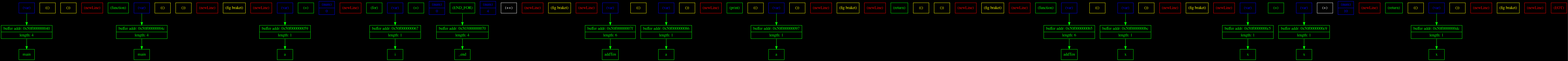
Before: png_files/tokensDotFile.dot.png, a diagram exported from Graphviz (Matvey787/myProgLanguage). Its source is kept beside it as dot_files/tokensDotFile.dot.
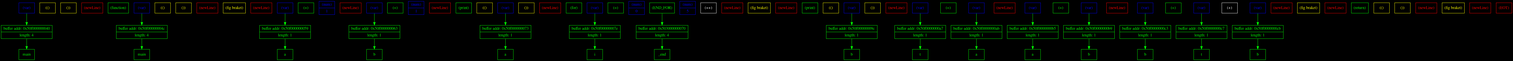
Later version of the same file.

What changed in the source:
```diff
@@ -18,115 +18,120 @@
 	token_10 [ shape=record, color = red, fontcolor = red, label = "{ (newLine) }" ];
 	token_11 [ shape=record, color = blue, fontcolor = blue, label = "{ (var) }" ];
 	token_12 [ shape=record, color = green, fontcolor = green, label = "{ (=) }" ];
-	token_13 [ shape=record, color = blue, fontcolor = blue, label = "{ (num) | 0 }" ];
+	token_13 [ shape=record, color = blue, fontcolor = blue, label = "{ (num) | 1 }" ];
 	token_14 [ shape=record, color = red, fontcolor = red, label = "{ (newLine) }" ];
-	token_15 [ shape=record, color = green, fontcolor = green, label = "{ (for) }" ];
-	token_16 [ shape=record, color = blue, fontcolor = blue, label = "{ (var) }" ];
-	token_17 [ shape=record, color = green, fontcolor = green, label = "{ (=) }" ];
-	token_18 [ shape=record, color = blue, fontcolor = blue, label = "{ (num) | 0 }" ];
-	token_19 [ shape=record, color = green, fontcolor = green, label = "{ (END_FOR) }" ];
-	token_20 [ shape=record, color = blue, fontcolor = blue, label = "{ (num) | 4 }" ];
-	token_21 [ shape=record, color = white, fontcolor = white, label = "{ (++) }" ];
-	token_22 [ shape=record, color = red, fontcolor = red, label = "{ (newLine) }" ];
-	token_23 [ shape=record, color = yellow, fontcolor = yellow, label = "{ (fig braket) }" ];
-	token_24 [ shape=record, color = red, fontcolor = red, label = "{ (newLine) }" ];
+	token_15 [ shape=record, color = blue, fontcolor = blue, label = "{ (var) }" ];
+	token_16 [ shape=record, color = green, fontcolor = green, label = "{ (=) }" ];
+	token_17 [ shape=record, color = blue, fontcolor = blue, label = "{ (num) | 1 }" ];
+	token_18 [ shape=record, color = red, fontcolor = red, label = "{ (newLine) }" ];
+	token_19 [ shape=record, color = green, fontcolor = green, label = "{ (print) }" ];
+	token_20 [ shape=record, color = yellow, fontcolor = yellow, label = "{ (() }" ];
+	token_21 [ shape=record, color = blue, fontcolor = blue, label = "{ (var) }" ];
+	token_22 [ shape=record, color = yellow, fontcolor = yellow, label = "{ ()) }" ];
+	token_23 [ shape=record, color = red, fontcolor = red, label = "{ (newLine) }" ];
+	token_24 [ shape=record, color = green, fontcolor = green, label = "{ (for) }" ];
 	token_25 [ shape=record, color = blue, fontcolor = blue, label = "{ (var) }" ];
-	token_26 [ shape=record, color = yellow, fontcolor = yellow, label = "{ (() }" ];
-	token_27 [ shape=record, color = blue, fontcolor = blue, label = "{ (var) }" ];
-	token_28 [ shape=record, color = yellow, fontcolor = yellow, label = "{ ()) }" ];
-	token_29 [ shape=record, color = red, fontcolor = red, label = "{ (newLine) }" ];
-	token_30 [ shape=record, color = green, fontcolor = green, label = "{ (print) }" ];
-	token_31 [ shape=record, color = yellow, fontcolor = yellow, label = "{ (() }" ];
-	token_32 [ shape=record, color = blue, fontcolor = blue, label = "{ (var) }" ];
-	token_33 [ shape=record, color = yellow, fontcolor = yellow, label = "{ ()) }" ];
-	token_34 [ shape=record, color = red, fontcolor = red, label = "{ (newLine) }" ];
-	token_35 [ shape=record, color = yellow, fontcolor = yellow, label = "{ (fig braket) }" ];
-	token_36 [ shape=record, color = red, fontcolor = red, label = "{ (newLine) }" ];
-	token_37 [ shape=record, color = green, fontcolor = green, label = "{ (return) }" ];
-	token_38 [ shape=record, color = yellow, fontcolor = yellow, label = "{ (() }" ];
-	token_39 [ shape=record, color = yellow, fontcolor = yellow, label = "{ ()) }" ];
-	token_40 [ shape=record, color = red, fontcolor = red, label = "{ (newLine) }" ];
-	token_41 [ shape=record, color = yellow, fontcolor = yellow, label = "{ (fig braket) }" ];
+	token_26 [ shape=record, color = green, fontcolor = green, label = "{ (=) }" ];
+	token_27 [ shape=record, color = blue, fontcolor = blue, label = "{ (num) | 0 }" ];
+	token_28 [ shape=record, color = green, fontcolor = green, label = "{ (END_FOR) }" ];
+	token_29 [ shape=record, color = blue, fontcolor = blue, label = "{ (num) | 5 }" ];
+	token_30 [ shape=record, color = white, fontcolor = white, label = "{ (++) }" ];
+	token_31 [ shape=record, color = red, fontcolor = red, label = "{ (newLine) }" ];
+	token_32 [ shape=record, color = yellow, fontcolor = yellow, label = "{ (fig braket) }" ];
+	token_33 [ shape=record, color = red, fontcolor = red, label = "{ (newLine) }" ];
+	token_34 [ shape=record, color = green, fontcolor = green, label = "{ (print) }" ];
+	token_35 [ shape=record, color = yellow, fontcolor = yellow, label = "{ (() }" ];
+	token_36 [ shape=record, color = blue, fontcolor = blue, label = "{ (var) }" ];
+	token_37 [ shape=record, color = yellow, fontcolor = yellow, label = "{ ()) }" ];
+	token_38 [ shape=record, color = red, fontcolor = red, label = "{ (newLine) }" ];
+	token_39 [ shape=record, color = blue, fontcolor = blue, label = "{ (var) }" ];
+	token_40 [ shape=record, color = green, fontcolor = green, label = "{ (=) }" ];
+	token_41 [ shape=record, color = blue, fontcolor = blue, label = "{ (var) }" ];
 	token_42 [ shape=record, color = red, fontcolor = red, label = "{ (newLine) }" ];
-	token_43 [ shape=record, color = green, fontcolor = green, label = "{ (function) }" ];
-	token_44 [ shape=record, color = blue, fontcolor = blue, label = "{ (var) }" ];
-	token_45 [ shape=record, color = yellow, fontcolor = yellow, label = "{ (() }" ];
-	token_46 [ shape=record, color = blue, fontcolor = blue, label = "{ (var) }" ];
-	token_47 [ shape=record, color = yellow, fontcolor = yellow, label = "{ ()) }" ];
-	token_48 [ shape=record, color = red, fontcolor = red, label = "{ (newLine) }" ];
-	token_49 [ shape=record, color = yellow, fontcolor = yellow, label = "{ (fig braket) }" ];
-	token_50 [ shape=record, color = red, fontcolor = red, label = "{ (newLine) }" ];
+	token_43 [ shape=record, color = blue, fontcolor = blue, label = "{ (var) }" ];
+	token_44 [ shape=record, color = green, fontcolor = green, label = "{ (=) }" ];
+	token_45 [ shape=record, color = blue, fontcolor = blue, label = "{ (var) }" ];
+	token_46 [ shape=record, color = red, fontcolor = red, label = "{ (newLine) }" ];
+	token_47 [ shape=record, color = blue, fontcolor = blue, label = "{ (var) }" ];
+	token_48 [ shape=record, color = green, fontcolor = green, label = "{ (=) }" ];
+	token_49 [ shape=record, color = blue, fontcolor = blue, label = "{ (var) }" ];
+	token_50 [ shape=record, color = white, fontcolor = white, label = "{ (+) }" ];
 	token_51 [ shape=record, color = blue, fontcolor = blue, label = "{ (var) }" ];
-	token_52 [ shape=record, color = green, fontcolor = green, label = "{ (=) }" ];
-	token_53 [ shape=record, color = blue, fontcolor = blue, label = "{ (var) }" ];
-	token_54 [ shape=record, color = white, fontcolor = white, label = "{ (+) }" ];
-	token_55 [ shape=record, color = blue, fontcolor = blue, label = "{ (num) | 10 }" ];
-	token_56 [ shape=record, color = red, fontcolor = red, label = "{ (newLine) }" ];
-	token_57 [ shape=record, color = green, fontcolor = green, label = "{ (return) }" ];
-	token_58 [ shape=record, color = yellow, fontcolor = yellow, label = "{ (() }" ];
-	token_59 [ shape=record, color = blue, fontcolor = blue, label = "{ (var) }" ];
-	token_60 [ shape=record, color = yellow, fontcolor = yellow, label = "{ ()) }" ];
-	token_61 [ shape=record, color = red, fontcolor = red, label = "{ (newLine) }" ];
-	token_62 [ shape=record, color = yellow, fontcolor = yellow, label = "{ (fig braket) }" ];
-	token_63 [ shape=record, color = red, fontcolor = red, label = "{ (newLine) }" ];
-	token_64 [ shape=record, color = red, fontcolor = red, label = "{ (EOT) }" ];
+	token_52 [ shape=record, color = red, fontcolor = red, label = "{ (newLine) }" ];
+	token_53 [ shape=record, color = yellow, fontcolor = yellow, label = "{ (fig braket) }" ];
+	token_54 [ shape=record, color = red, fontcolor = red, label = "{ (newLine) }" ];
+	token_55 [ shape=record, color = green, fontcolor = green, label = "{ (return) }" ];
+	token_56 [ shape=record, color = yellow, fontcolor = yellow, label = "{ (() }" ];
+	token_57 [ shape=record, color = yellow, fontcolor = yellow, label = "{ ()) }" ];
+	token_58 [ shape=record, color = red, fontcolor = red, label = "{ (newLine) }" ];
+	token_59 [ shape=record, color = yellow, fontcolor = yellow, label = "{ (fig braket) }" ];
+	token_60 [ shape=record, color = red, fontcolor = red, label = "{ (newLine) }" ];
+	token_61 [ shape=record, color = red, fontcolor = red, label = "{ (EOT) }" ];
 }
 {
 	rank=same;
 	tableCell_0x50f000000040 [ shape=record, color = green, fontcolor = green, label = "         { buffer addr: 0x50f000000040 | length: 4 }" ];
 	tableCell_0x50f00000004c [ shape=record, color = green, fontcolor = green, label = "         { buffer addr: 0x50f00000004c | length: 4 }" ];
 	tableCell_0x50f000000059 [ shape=record, color = green, fontcolor = green, label = "         { buffer addr: 0x50f000000059 | length: 1 }" ];
-	tableCell_0x50f000000067 [ shape=record, color = green, fontcolor = green, label = "         { buffer addr: 0x50f000000067 | length: 1 }" ];
+	tableCell_0x50f000000063 [ shape=record, color = green, fontcolor = green, label = "         { buffer addr: 0x50f000000063 | length: 1 }" ];
+	tableCell_0x50f000000073 [ shape=record, color = green, fontcolor = green, label = "         { buffer addr: 0x50f000000073 | length: 1 }" ];
+	tableCell_0x50f00000007e [ shape=record, color = green, fontcolor = green, label = "         { buffer addr: 0x50f00000007e | length: 1 }" ];
 	tableCell_0x503000000070 [ shape=record, color = green, fontcolor = green, label = "         { buffer addr: 0x503000000070 | length: 4 }" ];
-	tableCell_0x50f00000007f [ shape=record, color = green, fontcolor = green, label = "         { buffer addr: 0x50f00000007f | length: 6 }" ];
-	tableCell_0x50f000000086 [ shape=record, color = green, fontcolor = green, label = "         { buffer addr: 0x50f000000086 | length: 1 }" ];
-	tableCell_0x50f000000097 [ shape=record, color = green, fontcolor = green, label = "         { buffer addr: 0x50f000000097 | length: 1 }" ];
-	tableCell_0x50f0000000b5 [ shape=record, color = green, fontcolor = green, label = "         { buffer addr: 0x50f0000000b5 | length: 6 }" ];
-	tableCell_0x50f0000000bc [ shape=record, color = green, fontcolor = green, label = "         { buffer addr: 0x50f0000000bc | length: 1 }" ];
-	tableCell_0x50f0000000c5 [ shape=record, color = green, fontcolor = green, label = "         { buffer addr: 0x50f0000000c5 | length: 1 }" ];
-	tableCell_0x50f0000000c9 [ shape=record, color = green, fontcolor = green, label = "         { buffer addr: 0x50f0000000c9 | length: 1 }" ];
-	tableCell_0x50f0000000dc [ shape=record, color = green, fontcolor = green, label = "         { buffer addr: 0x50f0000000dc | length: 1 }" ];
+	tableCell_0x50f00000009c [ shape=record, color = green, fontcolor = green, label = "         { buffer addr: 0x50f00000009c | length: 1 }" ];
+	tableCell_0x50f0000000a7 [ shape=record, color = green, fontcolor = green, label = "         { buffer addr: 0x50f0000000a7 | length: 1 }" ];
+	tableCell_0x50f0000000ab [ shape=record, color = green, fontcolor = green, label = "         { buffer addr: 0x50f0000000ab | length: 1 }" ];
+	tableCell_0x50f0000000b5 [ shape=record, color = green, fontcolor = green, label = "         { buffer addr: 0x50f0000000b5 | length: 1 }" ];
+	tableCell_0x50f0000000b9 [ shape=record, color = green, fontcolor = green, label = "         { buffer addr: 0x50f0000000b9 | length: 1 }" ];
+	tableCell_0x50f0000000c3 [ shape=record, color = green, fontcolor = green, label = "         { buffer addr: 0x50f0000000c3 | length: 1 }" ];
+	tableCell_0x50f0000000c7 [ shape=record, color = green, fontcolor = green, label = "         { buffer addr: 0x50f0000000c7 | length: 1 }" ];
+	tableCell_0x50f0000000cb [ shape=record, color = green, fontcolor = green, label = "         { buffer addr: 0x50f0000000cb | length: 1 }" ];
 }
 {
 	rank=same;
 	openTableCell_0x50f000000040 [ shape=record, color = green, fontcolor = green, label = "{ main }" ];
 	openTableCell_0x50f00000004c [ shape=record, color = green, fontcolor = green, label = "{ main }" ];
 	openTableCell_0x50f000000059 [ shape=record, color = green, fontcolor = green, label = "{ a }" ];
-	openTableCell_0x50f000000067 [ shape=record, color = green, fontcolor = green, label = "{ i }" ];
+	openTableCell_0x50f000000063 [ shape=record, color = green, fontcolor = green, label = "{ b }" ];
+	openTableCell_0x50f000000073 [ shape=record, color = green, fontcolor = green, label = "{ a }" ];
+	openTableCell_0x50f00000007e [ shape=record, color = green, fontcolor = green, label = "{ i }" ];
 	openTableCell_0x503000000070 [ shape=record, color = green, fontcolor = green, label = "{ _end }" ];
-	openTableCell_0x50f00000007f [ shape=record, color = green, fontcolor = green, label = "{ addTen }" ];
-	openTableCell_0x50f000000086 [ shape=record, color = green, fontcolor = green, label = "{ a }" ];
-	openTableCell_0x50f000000097 [ shape=record, color = green, fontcolor = green, label = "{ a }" ];
-	openTableCell_0x50f0000000b5 [ shape=record, color = green, fontcolor = green, label = "{ addTen }" ];
-	openTableCell_0x50f0000000bc [ shape=record, color = green, fontcolor = green, label = "{ x }" ];
-	openTableCell_0x50f0000000c5 [ shape=record, color = green, fontcolor = green, label = "{ x }" ];
-	openTableCell_0x50f0000000c9 [ shape=record, color = green, fontcolor = green, label = "{ x }" ];
-	openTableCell_0x50f0000000dc [ shape=record, color = green, fontcolor = green, label = "{ x }" ];
+	openTableCell_0x50f00000009c [ shape=record, color = green, fontcolor = green, label = "{ b }" ];
+	openTableCell_0x50f0000000a7 [ shape=record, color = green, fontcolor = green, label = "{ t }" ];
+	openTableCell_0x50f0000000ab [ shape=record, color = green, fontcolor = green, label = "{ a }" ];
+	openTableCell_0x50f0000000b5 [ shape=record, color = green, fontcolor = green, label = "{ a }" ];
+	openTableCell_0x50f0000000b9 [ shape=record, color = green, fontcolor = green, label = "{ b }" ];
+	openTableCell_0x50f0000000c3 [ shape=record, color = green, fontcolor = green, label = "{ b }" ];
+	openTableCell_0x50f0000000c7 [ shape=record, color = green, fontcolor = green, label = "{ t }" ];
+	openTableCell_0x50f0000000cb [ shape=record, color = green, fontcolor = green, label = "{ b }" ];
 }
 	token_0:s -> tableCell_0x50f000000040:n [ color = green; ]
 	token_5:s -> tableCell_0x50f00000004c:n [ color = green; ]
 	token_11:s -> tableCell_0x50f000000059:n [ color = green; ]
-	token_16:s -> tableCell_0x50f000000067:n [ color = green; ]
-	token_19:s -> tableCell_0x503000000070:n [ color = green; ]
-	token_25:s -> tableCell_0x50f00000007f:n [ color = green; ]
-	token_27:s -> tableCell_0x50f000000086:n [ color = green; ]
-	token_32:s -> tableCell_0x50f000000097:n [ color = green; ]
-	token_44:s -> tableCell_0x50f0000000b5:n [ color = green; ]
-	token_46:s -> tableCell_0x50f0000000bc:n [ color = green; ]
-	token_51:s -> tableCell_0x50f0000000c5:n [ color = green; ]
-	token_53:s -> tableCell_0x50f0000000c9:n [ color = green; ]
-	token_59:s -> tableCell_0x50f0000000dc:n [ color = green; ]
+	token_15:s -> tableCell_0x50f000000063:n [ color = green; ]
+	token_21:s -> tableCell_0x50f000000073:n [ color = green; ]
+	token_25:s -> tableCell_0x50f00000007e:n [ color = green; ]
+	token_28:s -> tableCell_0x503000000070:n [ color = green; ]
+	token_36:s -> tableCell_0x50f00000009c:n [ color = green; ]
+	token_39:s -> tableCell_0x50f0000000a7:n [ color = green; ]
+	token_41:s -> tableCell_0x50f0000000ab:n [ color = green; ]
+	token_43:s -> tableCell_0x50f0000000b5:n [ color = green; ]
+	token_45:s -> tableCell_0x50f0000000b9:n [ color = green; ]
+	token_47:s -> tableCell_0x50f0000000c3:n [ color = green; ]
+	token_49:s -> tableCell_0x50f0000000c7:n [ color = green; ]
+	token_51:s -> tableCell_0x50f0000000cb:n [ color = green; ]
 	tableCell_0x50f000000040:s -> openTableCell_0x50f000000040:n [ color = green; ]
 	tableCell_0x50f00000004c:s -> openTableCell_0x50f00000004c:n [ color = green; ]
 	tableCell_0x50f000000059:s -> openTableCell_0x50f000000059:n [ color = green; ]
-	tableCell_0x50f000000067:s -> openTableCell_0x50f000000067:n [ color = green; ]
+	tableCell_0x50f000000063:s -> openTableCell_0x50f000000063:n [ color = green; ]
+	tableCell_0x50f000000073:s -> openTableCell_0x50f000000073:n [ color = green; ]
+	tableCell_0x50f00000007e:s -> openTableCell_0x50f00000007e:n [ color = green; ]
 	tableCell_0x503000000070:s -> openTableCell_0x503000000070:n [ color = green; ]
-	tableCell_0x50f00000007f:s -> openTableCell_0x50f00000007f:n [ color = green; ]
-	tableCell_0x50f000000086:s -> openTableCell_0x50f000000086:n [ color = green; ]
-	tableCell_0x50f000000097:s -> openTableCell_0x50f000000097:n [ color = green; ]
+	tableCell_0x50f00000009c:s -> openTableCell_0x50f00000009c:n [ color = green; ]
+	tableCell_0x50f0000000a7:s -> openTableCell_0x50f0000000a7:n [ color = green; ]
+	tableCell_0x50f0000000ab:s -> openTableCell_0x50f0000000ab:n [ color = green; ]
 	tableCell_0x50f0000000b5:s -> openTableCell_0x50f0000000b5:n [ color = green; ]
-	tableCell_0x50f0000000bc:s -> openTableCell_0x50f0000000bc:n [ color = green; ]
-	tableCell_0x50f0000000c5:s -> openTableCell_0x50f0000000c5:n [ color = green; ]
-	tableCell_0x50f0000000c9:s -> openTableCell_0x50f0000000c9:n [ color = green; ]
-	tableCell_0x50f0000000dc:s -> openTableCell_0x50f0000000dc:n [ color = green; ]
+	tableCell_0x50f0000000b9:s -> openTableCell_0x50f0000000b9:n [ color = green; ]
+	tableCell_0x50f0000000c3:s -> openTableCell_0x50f0000000c3:n [ color = green; ]
+	tableCell_0x50f0000000c7:s -> openTableCell_0x50f0000000c7:n [ color = green; ]
+	tableCell_0x50f0000000cb:s -> openTableCell_0x50f0000000cb:n [ color = green; ]
 }
```
